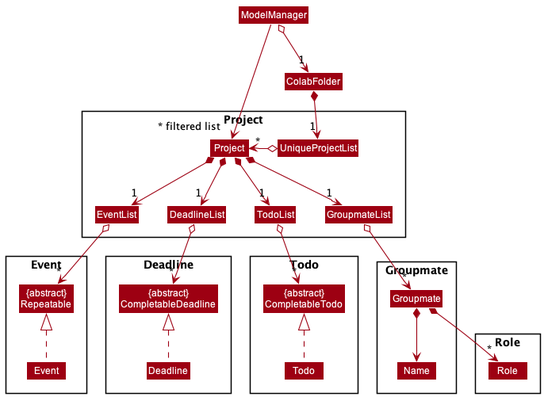
Above: docs/images/ProjectClassDiagram.png in nus-cs2103-AY2021S2/tp (PlantUML), before the change.
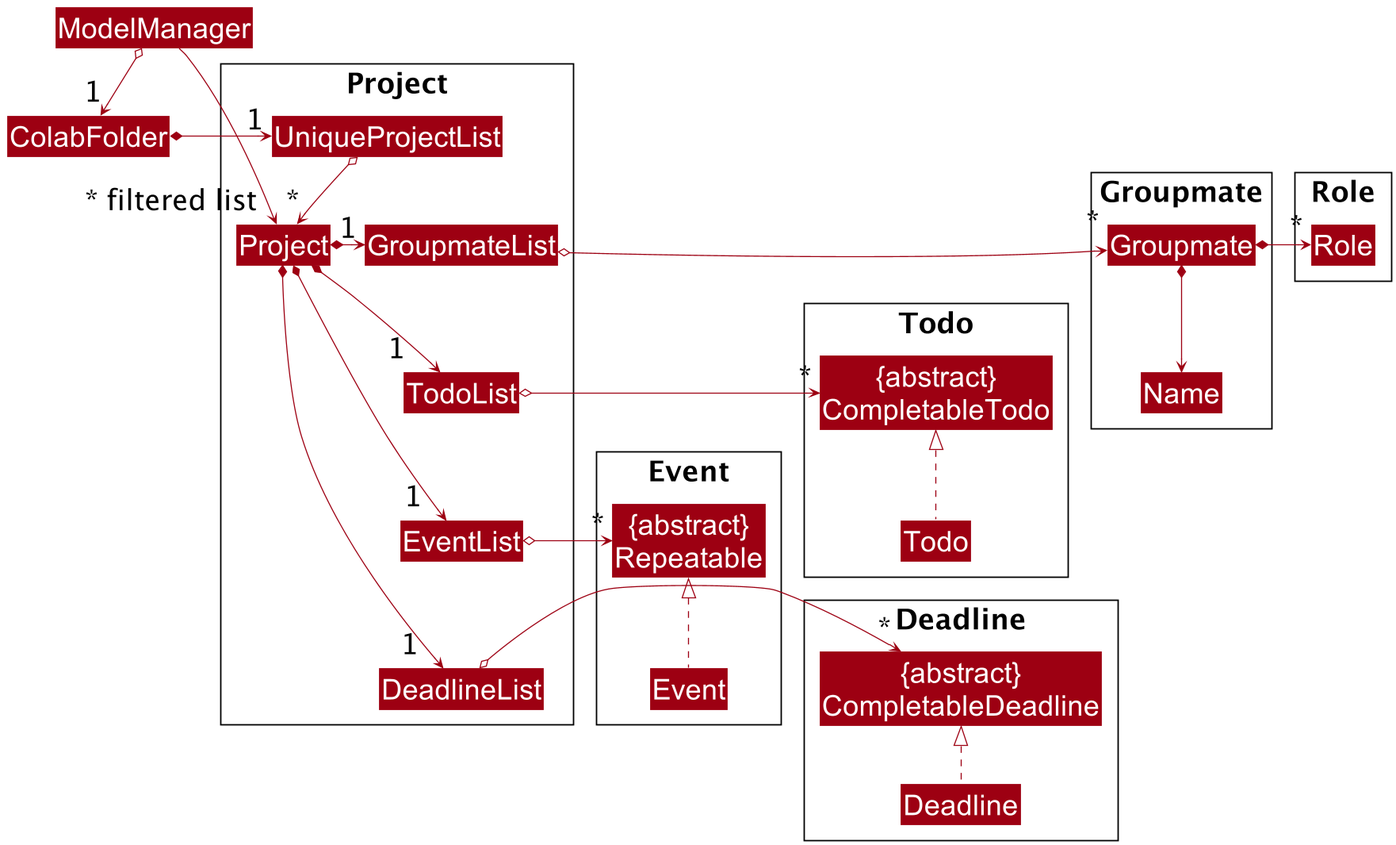
After the change.

Diff of the diagram source:
```diff
@@ -3,6 +3,7 @@
 skinparam arrowThickness 1.1
 skinparam arrowColor MODEL_COLOR
 skinparam classBackgroundColor MODEL_COLOR
+skinparam defaultFontSize 30
 
 Class ColabFolder
 Class ModelManager
@@ -42,25 +43,29 @@
 
 ModelManager o--> "1" ColabFolder
 ModelManager -->"~* filtered list" Project
-ColabFolder *--> "1" UniqueProjectList
+ColabFolder *-right-> "1" UniqueProjectList
 
-UniqueProjectList o-> "*" Project
-Project *--> "1" EventList
-Project *--> "1" DeadlineList
-Project *--> "1" TodoList
-Project *--> "1" GroupmateList
+UniqueProjectList o-down-> "*" Project
+Project *-right-> "1  " EventList
+Project *-right-> "1  " DeadlineList
+Project *-right-> "1   " TodoList
+Project *-right-> "1" GroupmateList
 
-EventList o--> "*" Repeatable
+EventList o--right--> "*" Repeatable
 Event .up.|> Repeatable
 
-DeadlineList o--> "*" CompletableDeadline
+DeadlineList o-right-> "*" CompletableDeadline
 Deadline .up.|> CompletableDeadline
 
-TodoList o--> "*" CompletableTodo
+TodoList o-right-> "*" CompletableTodo
 Todo .up.|> CompletableTodo
 
-GroupmateList o--> "*" Groupmate
-Groupmate *--> "*" Role
+GroupmateList o-right-> "*" Groupmate
+Groupmate *-right-> "*" Role
 Groupmate *--> Name
 
+GroupmateList -[hidden]down- TodoList
+TodoList -[hidden]down- EventList
+EventList -[hidden]down- DeadlineList
+
 @enduml
```
